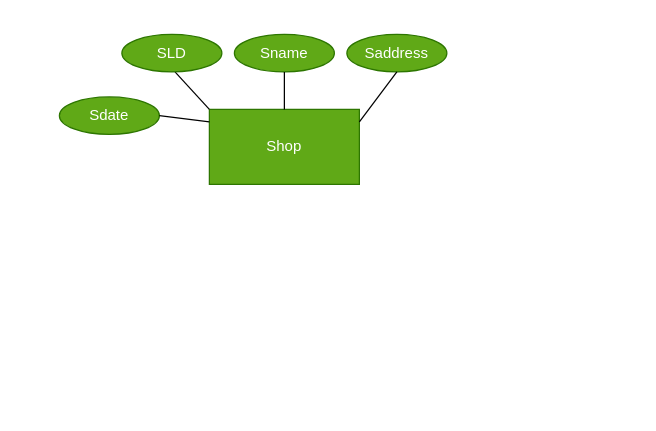
Above: EER_Diagram.drawio in n1ck007/cse3330_project (draw.io), before the change. Source tidied: cells renumbered, new cells numbered last; positions are measured from the earlier drawing's top-left corner, leaving out a move shared by most shapes. Both pictures are drawn from the tidied source at 125%, with x=0, y=0 at pixel (59, 34).
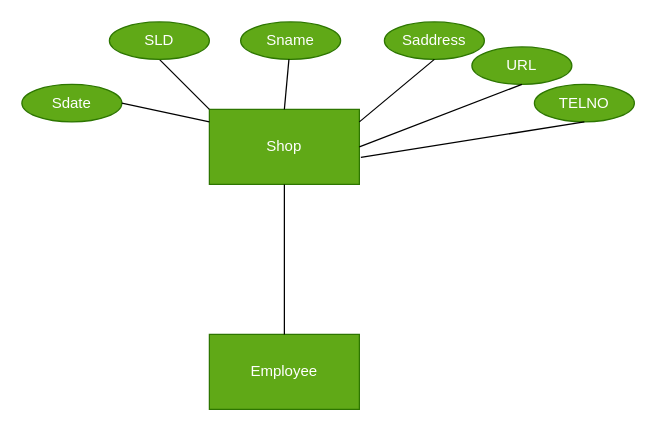
Above is the later version.

What changed in the source:
```diff
@@
 <mxGraphModel>
   <root>
     <mxCell id="0" />
     <mxCell id="1" parent="0" />
     <mxCell id="2" value="Shop" style="rounded=0;whiteSpace=wrap;html=1;fillColor=#60a917;fontColor=#ffffff;strokeColor=#2D7600;" parent="1" vertex="1">
       <mxGeometry x="120" y="60" width="120" height="60" as="geometry" />
     </mxCell>
-    <mxCell id="3" style="endArrow=none;html=1;rounded=0;exitX=0.75;exitY=1;exitDx=0;exitDy=0;" parent="1" edge="1">
+    <mxCell id="3" style="endArrow=none;html=1;rounded=0;exitX=0.5;exitY=1;exitDx=0;exitDy=0;" parent="1" edge="1" source="4">
       <mxGeometry relative="1" as="geometry">
-        <mxPoint x="92.5" y="30" as="sourcePoint" />
         <mxPoint x="120" y="60" as="targetPoint" />
       </mxGeometry>
     </mxCell>
     <mxCell id="4" value="SLD" style="ellipse;whiteSpace=wrap;html=1;fillColor=#60a917;fontColor=#ffffff;strokeColor=#2D7600;" parent="1" vertex="1">
-      <mxGeometry x="50" width="80" height="30" as="geometry" />
+      <mxGeometry x="40" y="-10" width="80" height="30" as="geometry" />
     </mxCell>
     <mxCell id="5" value="Sname" style="ellipse;whiteSpace=wrap;html=1;fillColor=#60a917;fontColor=#ffffff;strokeColor=#2D7600;" parent="1" vertex="1">
-      <mxGeometry x="140" width="80" height="30" as="geometry" />
+      <mxGeometry x="145" y="-10" width="80" height="30" as="geometry" />
     </mxCell>
     <mxCell id="6" style="endArrow=none;html=1;rounded=0;exitX=0.5;exitY=0;exitDx=0;exitDy=0;" parent="1" edge="1" source="2" target="5">
       <mxGeometry relative="1" as="geometry" />
     </mxCell>
     <mxCell id="7" value="Saddress" style="ellipse;whiteSpace=wrap;html=1;fillColor=#60a917;fontColor=#ffffff;strokeColor=#2D7600;" parent="1" vertex="1">
-      <mxGeometry x="230" width="80" height="30" as="geometry" />
+      <mxGeometry x="260" y="-10" width="80" height="30" as="geometry" />
     </mxCell>
-    <mxCell id="8" style="endArrow=none;html=1;rounded=0;" parent="1" edge="1">
+    <mxCell id="8" style="endArrow=none;html=1;rounded=0;entryX=0.5;entryY=1;entryDx=0;entryDy=0;" parent="1" edge="1" target="7">
       <mxGeometry relative="1" as="geometry">
         <mxPoint x="240" y="70" as="sourcePoint" />
-        <mxPoint x="270" y="30" as="targetPoint" />
       </mxGeometry>
     </mxCell>
     <mxCell id="9" value="Sdate" style="ellipse;whiteSpace=wrap;html=1;fillColor=#60a917;fontColor=#ffffff;strokeColor=#2D7600;" parent="1" vertex="1">
-      <mxGeometry y="50" width="80" height="30" as="geometry" />
+      <mxGeometry x="-30" y="40" width="80" height="30" as="geometry" />
     </mxCell>
     <mxCell id="10" style="endArrow=none;html=1;rounded=0;exitX=1;exitY=0.5;exitDx=0;exitDy=0;" parent="1" edge="1" source="9">
       <mxGeometry relative="1" as="geometry">
         <mxPoint x="120" y="70" as="targetPoint" />
       </mxGeometry>
     </mxCell>
+    <mxCell id="11" value="URL" style="ellipse;whiteSpace=wrap;html=1;fillColor=#60a917;fontColor=#ffffff;strokeColor=#2D7600;" parent="1" vertex="1">
+      <mxGeometry x="330" y="10" width="80" height="30" as="geometry" />
+    </mxCell>
+    <mxCell id="12" value="TELNO" style="ellipse;whiteSpace=wrap;html=1;fillColor=#60a917;fontColor=#ffffff;strokeColor=#2D7600;" parent="1" vertex="1">
+      <mxGeometry x="380" y="40" width="80" height="30" as="geometry" />
+    </mxCell>
+    <mxCell id="13" style="endArrow=none;html=1;rounded=0;entryX=1;entryY=0.5;entryDx=0;entryDy=0;exitX=0.5;exitY=1;exitDx=0;exitDy=0;" parent="1" edge="1" source="11" target="2">
+      <mxGeometry relative="1" as="geometry" />
+    </mxCell>
+    <mxCell id="14" style="endArrow=none;html=1;rounded=0;entryX=1.01;entryY=0.64;entryDx=0;entryDy=0;exitX=0.5;exitY=1;exitDx=0;exitDy=0;entryPerimeter=0;" parent="1" edge="1" source="12" target="2">
+      <mxGeometry relative="1" as="geometry" />
+    </mxCell>
+    <mxCell id="15" value="Employee" style="rounded=0;whiteSpace=wrap;html=1;fillColor=#60a917;fontColor=#ffffff;strokeColor=#2D7600;" parent="1" vertex="1">
+      <mxGeometry x="120" y="240" width="120" height="60" as="geometry" />
+    </mxCell>
+    <mxCell id="16" style="endArrow=none;html=1;rounded=0;entryX=0.5;entryY=1;entryDx=0;entryDy=0;exitX=0.5;exitY=0;exitDx=0;exitDy=0;" parent="1" edge="1" source="15" target="2">
+      <mxGeometry relative="1" as="geometry" />
+    </mxCell>
   </root>
 </mxGraphModel>
```
